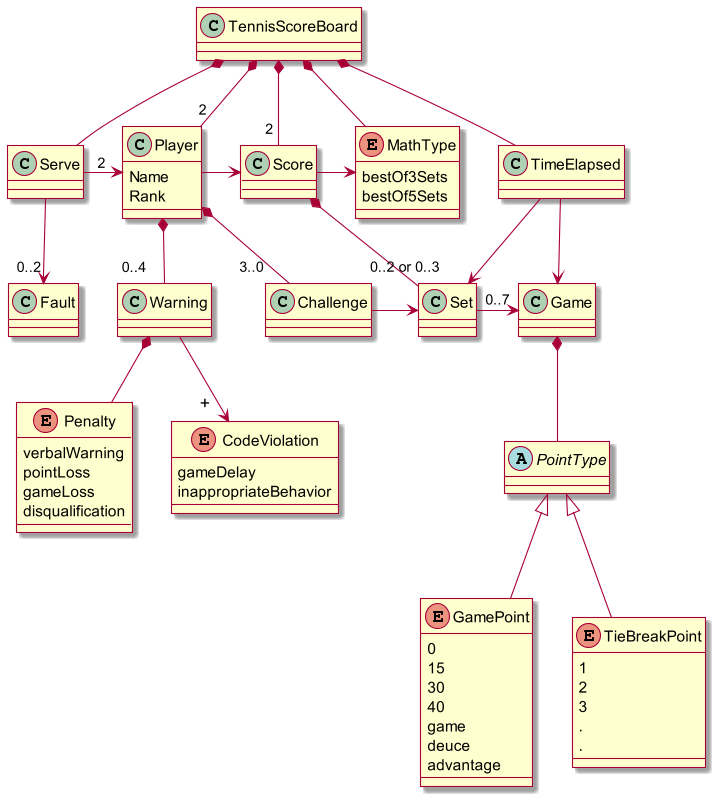
Above: TennisScoreBoard/TennisScoreBoardDomainModel_V1.png in ferbarret/Modelado (PlantUML), before the change.
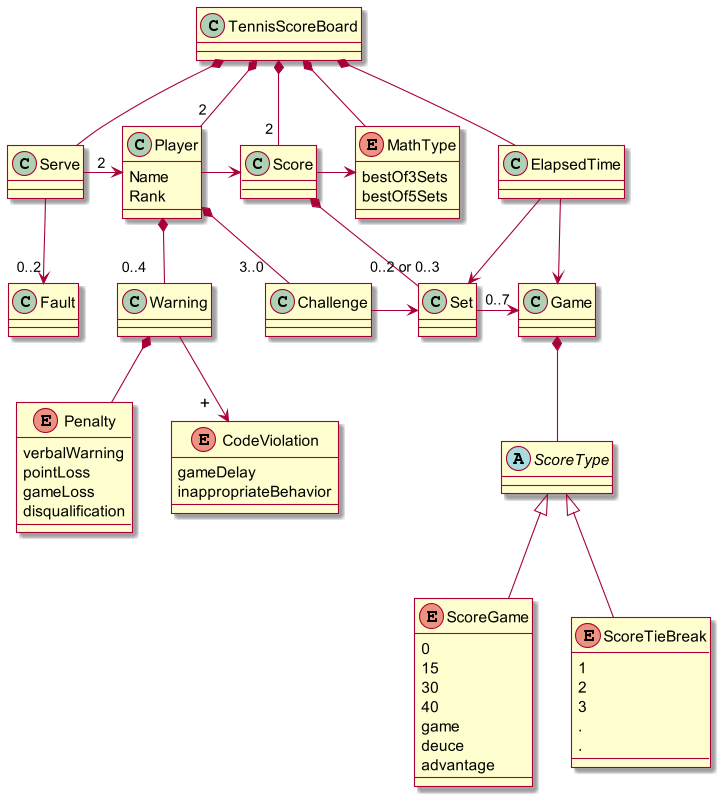
Later version of the same file.

The edit, as a diff of the source:
```diff
@@ -15,7 +15,7 @@
 }
 Board *-down- "2" Player
 Board *-down- "2 " Score
-Board *-down- TimeElapsed
+Board *-down- ElapsedTime
 Serve -right-> "2  " Player
 Player -right-> Score
 Score -right-> MathType
@@ -30,11 +30,11 @@
 
 Challenge -right-> Set
 
-TimeElapsed -down-> Set
-TimeElapsed -down-> Game
+ElapsedTime -down-> Set
+ElapsedTime -down-> Game
 
-abstract class PointType
-Game *-down- PointType
+abstract class ScoreType
+Game *-down- ScoreType
 
 enum CodeViolation{
     gameDelay
@@ -49,7 +49,7 @@
 }
 Warning *-down- Penalty
 
-enum GamePoint {
+enum ScoreGame {
     0
     15
     30
@@ -58,15 +58,15 @@
     deuce
     advantage
 }
-PointType <|-down- GamePoint
-enum TieBreakPoint {
+ScoreType <|-down- ScoreGame
+enum ScoreTieBreak {
     1
     2
     3
     .
     .
 }
-PointType <|-down- TieBreakPoint
+ScoreType <|-down- ScoreTieBreak
 
 
 @enduml
```
